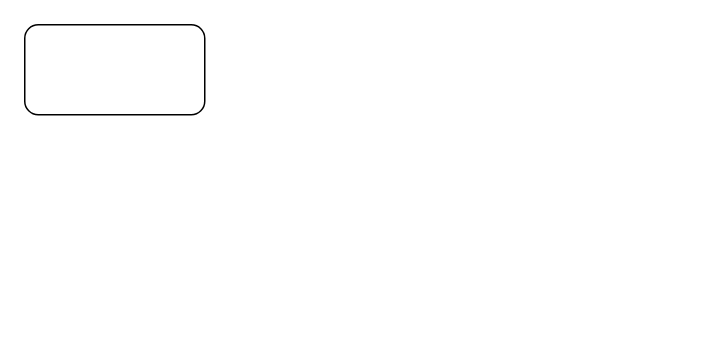
KaiHuaDou/C-Generic keeps this draw.io diagram as Untitled Diagram.drawio. Above is the earlier version. Source tidied: cells renumbered, new cells numbered last; positions are measured from the earlier drawing's top-left corner, leaving out a move shared by most shapes. Both pictures are drawn from the tidied source at 150%, with x=0, y=0 at pixel (24, 24).
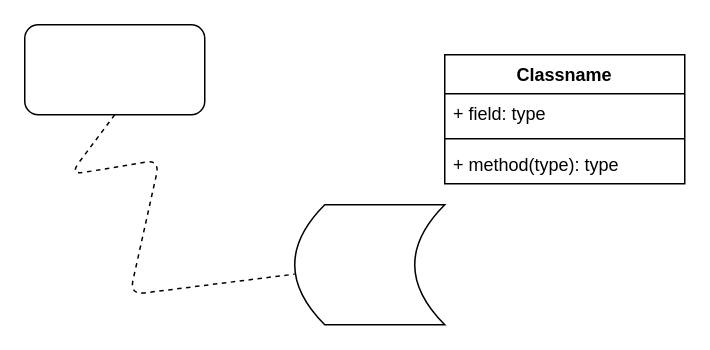
The same page after the edit.

The edit, as a diff of the source:
```diff
@@
 <mxGraphModel>
   <root>
     <mxCell id="0" />
     <mxCell id="1" parent="0" />
     <mxCell id="2" style="rounded=1;whiteSpace=wrap;html=1;" parent="1" vertex="1">
       <mxGeometry width="120" height="60" as="geometry" />
     </mxCell>
+    <mxCell id="3" style="endArrow=none;dashed=1;html=1;exitX=0.5;exitY=1;exitDx=0;exitDy=0;" parent="1" edge="1" source="2" target="4">
+      <mxGeometry relative="1" as="geometry">
+        <Array as="points">
+          <mxPoint x="30" y="100" />
+          <mxPoint x="90" y="90" />
+          <mxPoint x="70" y="180" />
+        </Array>
+      </mxGeometry>
+    </mxCell>
+    <mxCell id="4" style="shape=dataStorage;whiteSpace=wrap;html=1;fixedSize=1;" parent="1" vertex="1">
+      <mxGeometry x="180" y="120" width="100" height="80" as="geometry" />
+    </mxCell>
+    <mxCell id="5" value="Classname" style="swimlane;fontStyle=1;align=center;verticalAlign=top;horizontal=1;startSize=26;" parent="1" vertex="1">
+      <mxGeometry x="280" y="20" width="160" height="86" as="geometry" />
+    </mxCell>
+    <mxCell id="6" value="+ field: type" style="text;strokeColor=none;fillColor=none;align=left;verticalAlign=top;spacingLeft=4;spacingRight=4;overflow=hidden;" parent="5" vertex="1">
+      <mxGeometry y="26" width="160" height="26" as="geometry" />
+    </mxCell>
+    <mxCell id="7" style="line;strokeWidth=1;fillColor=none;align=left;verticalAlign=middle;spacingTop=-1;spacingLeft=3;spacingRight=3;labelPosition=right;" parent="5" vertex="1">
+      <mxGeometry y="52" width="160" height="8" as="geometry" />
+    </mxCell>
+    <mxCell id="8" value="+ method(type): type" style="text;strokeColor=none;fillColor=none;align=left;verticalAlign=top;spacingLeft=4;spacingRight=4;overflow=hidden;" parent="5" vertex="1">
+      <mxGeometry y="60" width="160" height="26" as="geometry" />
+    </mxCell>
   </root>
 </mxGraphModel>
```
